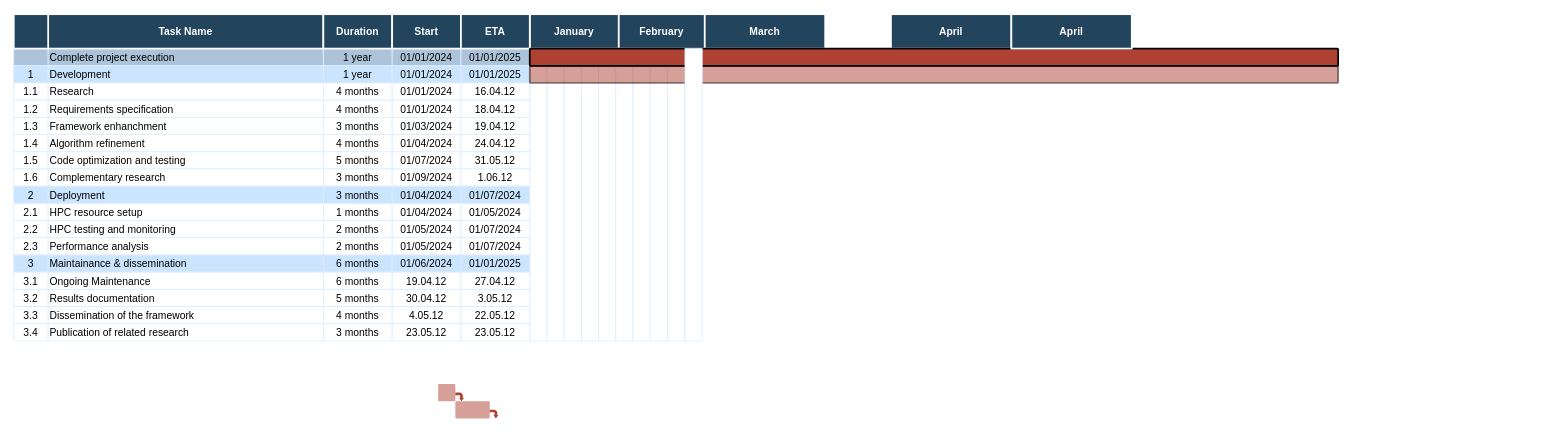
Before: docs/GANTT-cineca.drawio in josura/c2c-sepia, a draw.io diagram. Source tidied: cells renumbered, new cells numbered last; positions are measured from the earlier drawing's top-left corner, leaving out a move shared by most shapes. Both pictures are drawn from the tidied source at 86%, with x=0, y=0 at pixel (13, 14).
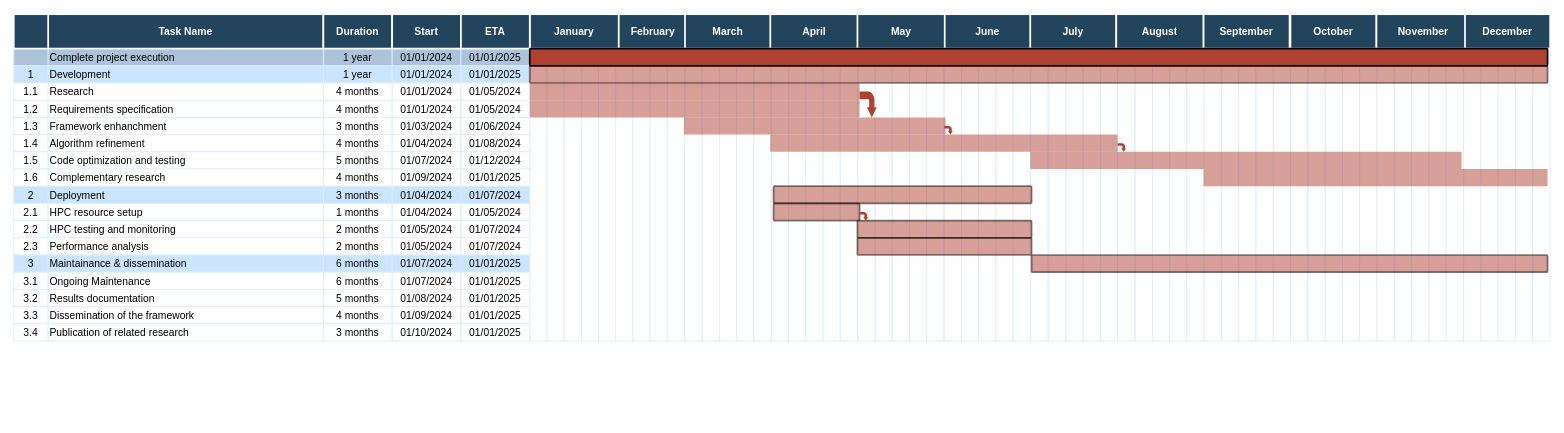
The same page after the edit.

The edit, as a diff of the source:
```diff
@@
+    <mxCell id="113" style="strokeColor=#DEEDFF;" parent="1" vertex="1">
+      <mxGeometry x="1002" y="40" width="20" height="340" as="geometry" />
+    </mxCell>
@@
-    <mxCell id="17" value="16.04.12" style="strokeColor=#DEEDFF;" parent="1" vertex="1">
+    <mxCell id="17" value="01/05/2024" style="strokeColor=#DEEDFF;" parent="1" vertex="1">
       <mxGeometry x="520.5" y="80" width="80" height="20" as="geometry" />
     </mxCell>
@@
-    <mxCell id="22" value="18.04.12" style="strokeColor=#DEEDFF;" parent="1" vertex="1">
+    <mxCell id="22" value="01/05/2024" style="strokeColor=#DEEDFF;" parent="1" vertex="1">
       <mxGeometry x="520.5" y="100" width="80" height="20" as="geometry" />
     </mxCell>
@@
-    <mxCell id="27" value="19.04.12" style="strokeColor=#DEEDFF;" parent="1" vertex="1">
+    <mxCell id="27" value="01/06/2024" style="strokeColor=#DEEDFF;" parent="1" vertex="1">
       <mxGeometry x="520.5" y="120" width="80" height="20" as="geometry" />
     </mxCell>
@@
-    <mxCell id="32" value="24.04.12" style="strokeColor=#DEEDFF;" parent="1" vertex="1">
+    <mxCell id="32" value="01/08/2024" style="strokeColor=#DEEDFF;" parent="1" vertex="1">
       <mxGeometry x="520.5" y="140" width="80" height="20" as="geometry" />
     </mxCell>
@@
-    <mxCell id="37" value="31.05.12" style="strokeColor=#DEEDFF;" parent="1" vertex="1">
+    <mxCell id="37" value="01/12/2024" style="strokeColor=#DEEDFF;" parent="1" vertex="1">
       <mxGeometry x="520.5" y="160" width="80" height="20" as="geometry" />
     </mxCell>
@@
-    <mxCell id="40" value="3 months" style="strokeColor=#DEEDFF;" parent="1" vertex="1">
+    <mxCell id="40" value="4 months" style="strokeColor=#DEEDFF;" parent="1" vertex="1">
       <mxGeometry x="360.5" y="180" width="80" height="20" as="geometry" />
     </mxCell>
@@
-    <mxCell id="42" value="1.06.12" style="strokeColor=#DEEDFF;" parent="1" vertex="1">
+    <mxCell id="42" value="01/01/2025" style="strokeColor=#DEEDFF;" parent="1" vertex="1">
       <mxGeometry x="520.5" y="180" width="80" height="20" as="geometry" />
     </mxCell>
@@
-    <mxCell id="66" value="01/06/2024" style="strokeColor=#DEEDFF;fillColor=#CCE5FF;" parent="1" vertex="1">
+    <mxCell id="66" value="01/07/2024" style="strokeColor=#DEEDFF;fillColor=#CCE5FF;" parent="1" vertex="1">
       <mxGeometry x="440.5" y="280" width="80" height="20" as="geometry" />
     </mxCell>
@@
-    <mxCell id="71" value="19.04.12" style="strokeColor=#DEEDFF;" parent="1" vertex="1">
+    <mxCell id="71" value="01/07/2024" style="strokeColor=#DEEDFF;" parent="1" vertex="1">
       <mxGeometry x="440.5" y="300" width="80" height="20" as="geometry" />
     </mxCell>
-    <mxCell id="72" value="27.04.12" style="strokeColor=#DEEDFF;" parent="1" vertex="1">
+    <mxCell id="72" value="01/01/2025" style="strokeColor=#DEEDFF;" parent="1" vertex="1">
       <mxGeometry x="520.5" y="300" width="80" height="20" as="geometry" />
     </mxCell>
@@
-    <mxCell id="76" value="30.04.12" style="strokeColor=#DEEDFF;" parent="1" vertex="1">
+    <mxCell id="76" value="01/08/2024" style="strokeColor=#DEEDFF;" parent="1" vertex="1">
       <mxGeometry x="440.5" y="320" width="80" height="20" as="geometry" />
     </mxCell>
-    <mxCell id="77" value="3.05.12" style="strokeColor=#DEEDFF;" parent="1" vertex="1">
+    <mxCell id="77" value="01/01/2025" style="strokeColor=#DEEDFF;" parent="1" vertex="1">
       <mxGeometry x="520.5" y="320" width="80" height="20" as="geometry" />
     </mxCell>
@@
-    <mxCell id="81" value="4.05.12" style="strokeColor=#DEEDFF;" parent="1" vertex="1">
+    <mxCell id="81" value="01/09/2024" style="strokeColor=#DEEDFF;" parent="1" vertex="1">
       <mxGeometry x="440.5" y="340" width="80" height="20" as="geometry" />
     </mxCell>
-    <mxCell id="82" value="22.05.12" style="strokeColor=#DEEDFF;" parent="1" vertex="1">
+    <mxCell id="82" value="01/01/2025" style="strokeColor=#DEEDFF;" parent="1" vertex="1">
       <mxGeometry x="520.5" y="340" width="80" height="20" as="geometry" />
     </mxCell>
@@
-    <mxCell id="86" value="23.05.12" style="strokeColor=#DEEDFF;" parent="1" vertex="1">
+    <mxCell id="86" value="01/10/2024" style="strokeColor=#DEEDFF;" parent="1" vertex="1">
       <mxGeometry x="440.5" y="360" width="80" height="20" as="geometry" />
     </mxCell>
-    <mxCell id="87" value="23.05.12" style="strokeColor=#DEEDFF;" parent="1" vertex="1">
+    <mxCell id="87" value="01/01/2025" style="strokeColor=#DEEDFF;" parent="1" vertex="1">
       <mxGeometry x="520.5" y="360" width="80" height="20" as="geometry" />
     </mxCell>
@@
     <mxCell id="102" value="February" style="fillColor=#23445D;strokeColor=#FFFFFF;strokeWidth=2;fontColor=#FFFFFF;fontStyle=1;" parent="1" vertex="1">
-      <mxGeometry x="704" width="100" height="40" as="geometry" />
+      <mxGeometry x="704" width="80" height="40" as="geometry" />
     </mxCell>
-    <mxCell id="103" style="shape=mxgraph.flowchart.process;fillColor=#AE4132;strokeColor=#000000;strokeWidth=2;opacity=50;" parent="1" vertex="1">
-      <mxGeometry x="600.5" y="60" width="940" height="20" as="geometry" />
-    </mxCell>
-    <mxCell id="104" style="shape=mxgraph.arrows.bent_right_arrow;fillColor=#AE4132;strokeColor=none;strokeWidth=2;direction=south;" parent="1" vertex="1">
-      <mxGeometry x="514" y="440" width="10" height="10" as="geometry" />
-    </mxCell>
-    <mxCell id="105" style="shape=mxgraph.flowchart.process;fillColor=#AE4132;strokeColor=none;strokeWidth=2;opacity=50;" parent="1" vertex="1">
-      <mxGeometry x="494" y="430" width="20" height="20" as="geometry" />
-    </mxCell>
-    <mxCell id="106" style="shape=mxgraph.flowchart.process;fillColor=#AE4132;strokeColor=none;strokeWidth=2;opacity=50;" parent="1" vertex="1">
-      <mxGeometry x="514" y="450" width="40" height="20" as="geometry" />
-    </mxCell>
-    <mxCell id="107" style="shape=mxgraph.arrows.bent_right_arrow;fillColor=#AE4132;strokeColor=none;strokeWidth=2;direction=south;" parent="1" vertex="1">
-      <mxGeometry x="554" y="460" width="10" height="10" as="geometry" />
-    </mxCell>
     <mxCell id="108" value="March" style="fillColor=#23445D;strokeColor=#FFFFFF;strokeWidth=2;fontColor=#FFFFFF;fontStyle=1;" parent="1" vertex="1">
-      <mxGeometry x="804" width="140" height="40" as="geometry" />
+      <mxGeometry x="781" width="100" height="40" as="geometry" />
     </mxCell>
     <mxCell id="109" value="April" style="fillColor=#23445D;strokeColor=#FFFFFF;strokeWidth=2;fontColor=#FFFFFF;fontStyle=1;" parent="1" vertex="1">
-      <mxGeometry x="1020.5" width="140" height="40" as="geometry" />
+      <mxGeometry x="880.2" width="102.5" height="40" as="geometry" />
     </mxCell>
-    <mxCell id="110" style="shape=mxgraph.flowchart.process;fillColor=#AE4132;strokeColor=#000000;strokeWidth=2;opacity=100;" parent="1" vertex="1">
-      <mxGeometry x="600.5" y="40" width="940" height="20" as="geometry" />
-    </mxCell>
-    <mxCell id="111" value="April" style="fillColor=#23445D;strokeColor=#FFFFFF;strokeWidth=2;fontColor=#FFFFFF;fontStyle=1;" parent="1" vertex="1">
-      <mxGeometry x="1160.5" width="140" height="40" as="geometry" />
+    <mxCell id="111" value="May" style="fillColor=#23445D;strokeColor=#FFFFFF;strokeWidth=2;fontColor=#FFFFFF;fontStyle=1;" parent="1" vertex="1">
+      <mxGeometry x="981.5" width="102.5" height="40" as="geometry" />
     </mxCell>
@@
+    <mxCell id="114" style="strokeColor=#DEEDFF;" parent="1" vertex="1">
+      <mxGeometry x="801" y="40" width="20" height="340" as="geometry" />
+    </mxCell>
+    <mxCell id="115" style="strokeColor=#DEEDFF;" parent="1" vertex="1">
+      <mxGeometry x="821" y="40" width="20" height="340" as="geometry" />
+    </mxCell>
+    <mxCell id="116" style="strokeColor=#DEEDFF;" parent="1" vertex="1">
+      <mxGeometry x="841" y="40" width="20" height="340" as="geometry" />
+    </mxCell>
+    <mxCell id="117" style="strokeColor=#DEEDFF;" parent="1" vertex="1">
+      <mxGeometry x="861" y="40" width="20" height="340" as="geometry" />
+    </mxCell>
+    <mxCell id="118" style="strokeColor=#DEEDFF;" parent="1" vertex="1">
+      <mxGeometry x="881.5" y="40" width="20" height="340" as="geometry" />
+    </mxCell>
+    <mxCell id="119" style="strokeColor=#DEEDFF;" parent="1" vertex="1">
+      <mxGeometry x="901.5" y="40" width="20" height="340" as="geometry" />
+    </mxCell>
+    <mxCell id="120" style="strokeColor=#DEEDFF;" parent="1" vertex="1">
+      <mxGeometry x="921.5" y="40" width="20" height="340" as="geometry" />
+    </mxCell>
+    <mxCell id="121" style="strokeColor=#DEEDFF;" parent="1" vertex="1">
+      <mxGeometry x="941.5" y="40" width="20" height="340" as="geometry" />
+    </mxCell>
+    <mxCell id="122" style="strokeColor=#DEEDFF;" parent="1" vertex="1">
+      <mxGeometry x="961.5" y="40" width="20" height="340" as="geometry" />
+    </mxCell>
+    <mxCell id="123" style="strokeColor=#DEEDFF;" parent="1" vertex="1">
+      <mxGeometry x="982" y="40" width="20" height="340" as="geometry" />
+    </mxCell>
+    <mxCell id="124" style="strokeColor=#DEEDFF;" parent="1" vertex="1">
+      <mxGeometry x="1022" y="40" width="20" height="340" as="geometry" />
+    </mxCell>
+    <mxCell id="125" style="strokeColor=#DEEDFF;" parent="1" vertex="1">
+      <mxGeometry x="1042" y="40" width="20" height="340" as="geometry" />
+    </mxCell>
+    <mxCell id="126" style="strokeColor=#DEEDFF;" parent="1" vertex="1">
+      <mxGeometry x="1062" y="40" width="20" height="340" as="geometry" />
+    </mxCell>
+    <mxCell id="127" style="strokeColor=#DEEDFF;" parent="1" vertex="1">
+      <mxGeometry x="1082.5" y="40" width="20" height="340" as="geometry" />
+    </mxCell>
+    <mxCell id="128" style="strokeColor=#DEEDFF;" parent="1" vertex="1">
+      <mxGeometry x="1102.5" y="40" width="20" height="340" as="geometry" />
+    </mxCell>
+    <mxCell id="129" style="strokeColor=#DEEDFF;" parent="1" vertex="1">
+      <mxGeometry x="1122.5" y="40" width="20" height="340" as="geometry" />
+    </mxCell>
+    <mxCell id="130" style="strokeColor=#DEEDFF;" parent="1" vertex="1">
+      <mxGeometry x="1142.5" y="40" width="20" height="340" as="geometry" />
+    </mxCell>
+    <mxCell id="131" style="strokeColor=#DEEDFF;" parent="1" vertex="1">
+      <mxGeometry x="1162.5" y="40" width="20" height="340" as="geometry" />
+    </mxCell>
+    <mxCell id="132" style="strokeColor=#DEEDFF;" parent="1" vertex="1">
+      <mxGeometry x="1183" y="40" width="20" height="340" as="geometry" />
+    </mxCell>
+    <mxCell id="133" value="June" style="fillColor=#23445D;strokeColor=#FFFFFF;strokeWidth=2;fontColor=#FFFFFF;fontStyle=1;" parent="1" vertex="1">
+      <mxGeometry x="1083" width="100" height="40" as="geometry" />
+    </mxCell>
+    <mxCell id="134" value="July" style="fillColor=#23445D;strokeColor=#FFFFFF;strokeWidth=2;fontColor=#FFFFFF;fontStyle=1;" parent="1" vertex="1">
+      <mxGeometry x="1182.5" width="100" height="40" as="geometry" />
+    </mxCell>
+    <mxCell id="135" value="August" style="fillColor=#23445D;strokeColor=#FFFFFF;strokeWidth=2;fontColor=#FFFFFF;fontStyle=1;" parent="1" vertex="1">
+      <mxGeometry x="1282.5" width="101.5" height="40" as="geometry" />
+    </mxCell>
+    <mxCell id="136" value="September" style="fillColor=#23445D;strokeColor=#FFFFFF;strokeWidth=2;fontColor=#FFFFFF;fontStyle=1;" parent="1" vertex="1">
+      <mxGeometry x="1384" width="100" height="40" as="geometry" />
+    </mxCell>
+    <mxCell id="137" value="October" style="fillColor=#23445D;strokeColor=#FFFFFF;strokeWidth=2;fontColor=#FFFFFF;fontStyle=1;" parent="1" vertex="1">
+      <mxGeometry x="1485" width="100" height="40" as="geometry" />
+    </mxCell>
+    <mxCell id="138" value="November" style="fillColor=#23445D;strokeColor=#FFFFFF;strokeWidth=2;fontColor=#FFFFFF;fontStyle=1;" parent="1" vertex="1">
+      <mxGeometry x="1585" width="109" height="40" as="geometry" />
+    </mxCell>
+    <mxCell id="139" value="December" style="fillColor=#23445D;strokeColor=#FFFFFF;strokeWidth=2;fontColor=#FFFFFF;fontStyle=1;" parent="1" vertex="1">
+      <mxGeometry x="1688" width="99" height="40" as="geometry" />
+    </mxCell>
+    <mxCell id="140" style="strokeColor=#DEEDFF;" parent="1" vertex="1">
+      <mxGeometry x="1204" y="40" width="20" height="340" as="geometry" />
+    </mxCell>
+    <mxCell id="141" style="strokeColor=#DEEDFF;" parent="1" vertex="1">
+      <mxGeometry x="1224" y="40" width="20" height="340" as="geometry" />
+    </mxCell>
+    <mxCell id="142" style="strokeColor=#DEEDFF;" parent="1" vertex="1">
+      <mxGeometry x="1244" y="40" width="20" height="340" as="geometry" />
+    </mxCell>
+    <mxCell id="143" style="strokeColor=#DEEDFF;" parent="1" vertex="1">
+      <mxGeometry x="1264" y="40" width="20" height="340" as="geometry" />
+    </mxCell>
+    <mxCell id="144" style="strokeColor=#DEEDFF;" parent="1" vertex="1">
+      <mxGeometry x="1284" y="40" width="20" height="340" as="geometry" />
+    </mxCell>
+    <mxCell id="145" style="strokeColor=#DEEDFF;" parent="1" vertex="1">
+      <mxGeometry x="1304.5" y="40" width="20" height="340" as="geometry" />
+    </mxCell>
+    <mxCell id="146" style="strokeColor=#DEEDFF;" parent="1" vertex="1">
+      <mxGeometry x="1324.5" y="40" width="20" height="340" as="geometry" />
+    </mxCell>
+    <mxCell id="147" style="strokeColor=#DEEDFF;" parent="1" vertex="1">
+      <mxGeometry x="1344.5" y="40" width="20" height="340" as="geometry" />
+    </mxCell>
+    <mxCell id="148" style="strokeColor=#DEEDFF;" parent="1" vertex="1">
+      <mxGeometry x="1364.5" y="40" width="20" height="340" as="geometry" />
+    </mxCell>
+    <mxCell id="149" style="strokeColor=#DEEDFF;" parent="1" vertex="1">
+      <mxGeometry x="1384.5" y="40" width="20" height="340" as="geometry" />
+    </mxCell>
+    <mxCell id="150" style="strokeColor=#DEEDFF;" parent="1" vertex="1">
+      <mxGeometry x="1405" y="40" width="20" height="340" as="geometry" />
+    </mxCell>
+    <mxCell id="151" style="strokeColor=#DEEDFF;" parent="1" vertex="1">
+      <mxGeometry x="1425" y="40" width="20" height="340" as="geometry" />
+    </mxCell>
+    <mxCell id="152" style="strokeColor=#DEEDFF;" parent="1" vertex="1">
+      <mxGeometry x="1445" y="40" width="20" height="340" as="geometry" />
+    </mxCell>
+    <mxCell id="153" style="strokeColor=#DEEDFF;" parent="1" vertex="1">
+      <mxGeometry x="1465" y="40" width="20" height="340" as="geometry" />
+    </mxCell>
+    <mxCell id="154" style="strokeColor=#DEEDFF;" parent="1" vertex="1">
+      <mxGeometry x="1485" y="40" width="20" height="340" as="geometry" />
+    </mxCell>
+    <mxCell id="155" style="strokeColor=#DEEDFF;" parent="1" vertex="1">
+      <mxGeometry x="1505.5" y="40" width="20" height="340" as="geometry" />
+    </mxCell>
+    <mxCell id="156" style="strokeColor=#DEEDFF;" parent="1" vertex="1">
+      <mxGeometry x="1525.5" y="40" width="20" height="340" as="geometry" />
+    </mxCell>
+    <mxCell id="157" style="strokeColor=#DEEDFF;" parent="1" vertex="1">
+      <mxGeometry x="1545.5" y="40" width="20" height="340" as="geometry" />
+    </mxCell>
+    <mxCell id="158" style="strokeColor=#DEEDFF;" parent="1" vertex="1">
+      <mxGeometry x="1565.5" y="40" width="20" height="340" as="geometry" />
+    </mxCell>
+    <mxCell id="159" style="strokeColor=#DEEDFF;" parent="1" vertex="1">
+      <mxGeometry x="1585.5" y="40" width="20" height="340" as="geometry" />
+    </mxCell>
+    <mxCell id="160" style="strokeColor=#DEEDFF;" parent="1" vertex="1">
+      <mxGeometry x="1606" y="40" width="20" height="340" as="geometry" />
+    </mxCell>
+    <mxCell id="161" style="strokeColor=#DEEDFF;" parent="1" vertex="1">
+      <mxGeometry x="1626" y="40" width="20" height="340" as="geometry" />
+    </mxCell>
+    <mxCell id="162" style="strokeColor=#DEEDFF;" parent="1" vertex="1">
+      <mxGeometry x="1646" y="40" width="20" height="340" as="geometry" />
+    </mxCell>
+    <mxCell id="163" style="strokeColor=#DEEDFF;" parent="1" vertex="1">
+      <mxGeometry x="1666" y="40" width="20" height="340" as="geometry" />
+    </mxCell>
+    <mxCell id="164" style="strokeColor=#DEEDFF;" parent="1" vertex="1">
+      <mxGeometry x="1686.5" y="40" width="20" height="340" as="geometry" />
+    </mxCell>
+    <mxCell id="165" style="strokeColor=#DEEDFF;" parent="1" vertex="1">
+      <mxGeometry x="1706.5" y="40" width="20" height="340" as="geometry" />
+    </mxCell>
+    <mxCell id="166" style="strokeColor=#DEEDFF;" parent="1" vertex="1">
+      <mxGeometry x="1726.5" y="40" width="20" height="340" as="geometry" />
+    </mxCell>
+    <mxCell id="167" style="strokeColor=#DEEDFF;" parent="1" vertex="1">
+      <mxGeometry x="1746.5" y="40" width="20" height="340" as="geometry" />
+    </mxCell>
+    <mxCell id="168" style="strokeColor=#DEEDFF;" parent="1" vertex="1">
+      <mxGeometry x="1767" y="40" width="20" height="340" as="geometry" />
+    </mxCell>
+    <mxCell id="169" style="shape=mxgraph.flowchart.process;fillColor=#AE4132;strokeColor=#000000;strokeWidth=2;opacity=50;" parent="1" vertex="1">
+      <mxGeometry x="884" y="200" width="300" height="20" as="geometry" />
+    </mxCell>
+    <mxCell id="170" style="shape=mxgraph.flowchart.process;fillColor=#AE4132;strokeColor=#000000;strokeWidth=2;opacity=50;" parent="1" vertex="1">
+      <mxGeometry x="1184" y="280" width="600" height="20" as="geometry" />
+    </mxCell>
+    <mxCell id="106" style="shape=mxgraph.flowchart.process;fillColor=#AE4132;strokeColor=none;strokeWidth=2;opacity=50;" parent="1" vertex="1">
+      <mxGeometry x="600.5" y="100" width="383.5" height="20" as="geometry" />
+    </mxCell>
+    <mxCell id="171" style="shape=mxgraph.flowchart.process;fillColor=#AE4132;strokeColor=none;strokeWidth=2;opacity=50;" parent="1" vertex="1">
+      <mxGeometry x="779.8" y="120" width="304.2" height="20" as="geometry" />
+    </mxCell>
+    <mxCell id="107" style="shape=mxgraph.arrows.bent_right_arrow;fillColor=#AE4132;strokeColor=none;strokeWidth=2;direction=south;" parent="1" vertex="1">
+      <mxGeometry x="984" y="90" width="20" height="30" as="geometry" />
+    </mxCell>
+    <mxCell id="172" style="shape=mxgraph.flowchart.process;fillColor=#AE4132;strokeColor=none;strokeWidth=2;opacity=50;" parent="1" vertex="1">
+      <mxGeometry x="880.2" y="140" width="403.8" height="20" as="geometry" />
+    </mxCell>
+    <mxCell id="173" style="shape=mxgraph.arrows.bent_right_arrow;fillColor=#AE4132;strokeColor=none;strokeWidth=2;direction=south;" parent="1" vertex="1">
+      <mxGeometry x="1082.5" y="130" width="10" height="10" as="geometry" />
+    </mxCell>
+    <mxCell id="174" style="shape=mxgraph.flowchart.process;fillColor=#AE4132;strokeColor=none;strokeWidth=2;opacity=50;" parent="1" vertex="1">
+      <mxGeometry x="1182.5" y="160" width="501.5" height="20" as="geometry" />
+    </mxCell>
+    <mxCell id="175" style="shape=mxgraph.arrows.bent_right_arrow;fillColor=#AE4132;strokeColor=none;strokeWidth=2;direction=south;" parent="1" vertex="1">
+      <mxGeometry x="1284" y="150" width="10" height="10" as="geometry" />
+    </mxCell>
+    <mxCell id="176" style="shape=mxgraph.flowchart.process;fillColor=#AE4132;strokeColor=none;strokeWidth=2;opacity=50;" parent="1" vertex="1">
+      <mxGeometry x="1384" y="180" width="400" height="20" as="geometry" />
+    </mxCell>
+    <mxCell id="177" style="shape=mxgraph.flowchart.process;fillColor=#AE4132;strokeColor=#000000;strokeWidth=2;opacity=50;" parent="1" vertex="1">
+      <mxGeometry x="884" y="220" width="100" height="20" as="geometry" />
+    </mxCell>
+    <mxCell id="110" style="shape=mxgraph.flowchart.process;fillColor=#AE4132;strokeColor=#000000;strokeWidth=2;opacity=100;" parent="1" vertex="1">
+      <mxGeometry x="600.5" y="40" width="1183.5" height="20" as="geometry" />
+    </mxCell>
+    <mxCell id="103" style="shape=mxgraph.flowchart.process;fillColor=#AE4132;strokeColor=#000000;strokeWidth=2;opacity=50;" parent="1" vertex="1">
+      <mxGeometry x="600.5" y="60" width="1183.5" height="20" as="geometry" />
+    </mxCell>
+    <mxCell id="105" style="shape=mxgraph.flowchart.process;fillColor=#AE4132;strokeColor=none;strokeWidth=2;opacity=50;" parent="1" vertex="1">
+      <mxGeometry x="600.5" y="80" width="383.5" height="20" as="geometry" />
+    </mxCell>
+    <mxCell id="178" style="shape=mxgraph.flowchart.process;fillColor=#AE4132;strokeColor=#000000;strokeWidth=2;opacity=50;" parent="1" vertex="1">
+      <mxGeometry x="981.5" y="240" width="202.5" height="20" as="geometry" />
+    </mxCell>
+    <mxCell id="179" style="shape=mxgraph.flowchart.process;fillColor=#AE4132;strokeColor=#000000;strokeWidth=2;opacity=50;" parent="1" vertex="1">
+      <mxGeometry x="981.5" y="260" width="202.5" height="20" as="geometry" />
+    </mxCell>
+    <mxCell id="180" style="shape=mxgraph.arrows.bent_right_arrow;fillColor=#AE4132;strokeColor=none;strokeWidth=2;direction=south;" parent="1" vertex="1">
+      <mxGeometry x="984" y="230" width="10" height="10" as="geometry" />
+    </mxCell>
```
